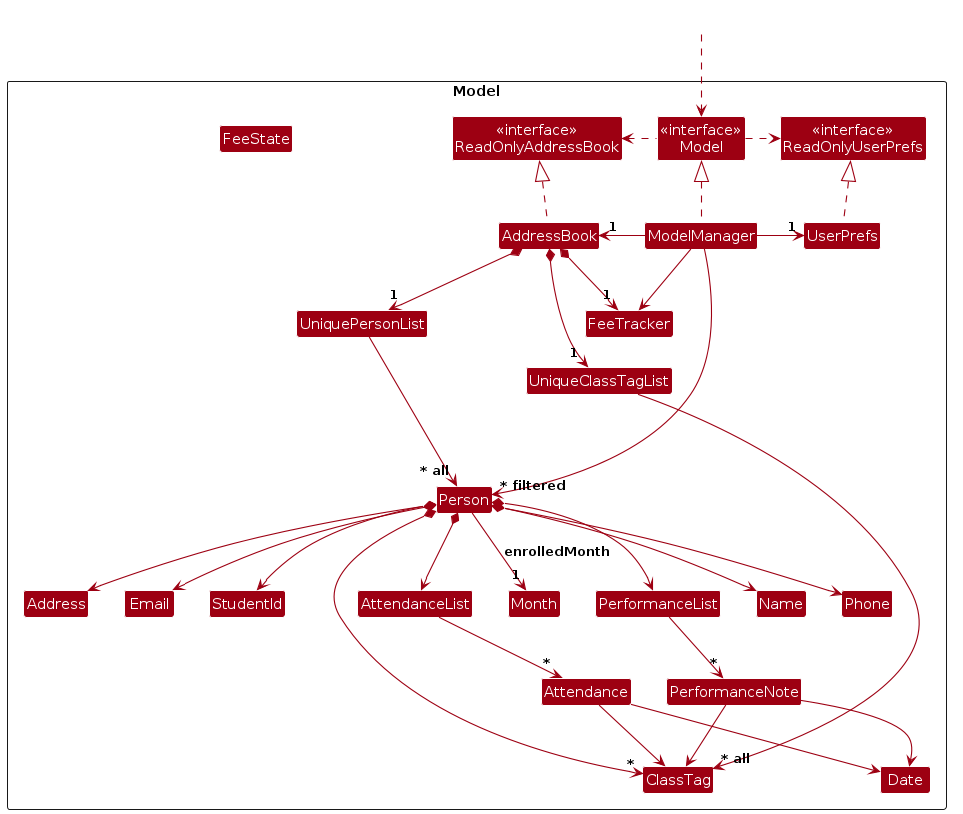
eesyuen09/tp keeps this PlantUML diagram as diagrams/ModelClassDiagram.png. Above is the earlier version. Its source is kept beside it as diagrams/ModelClassDiagram.puml.
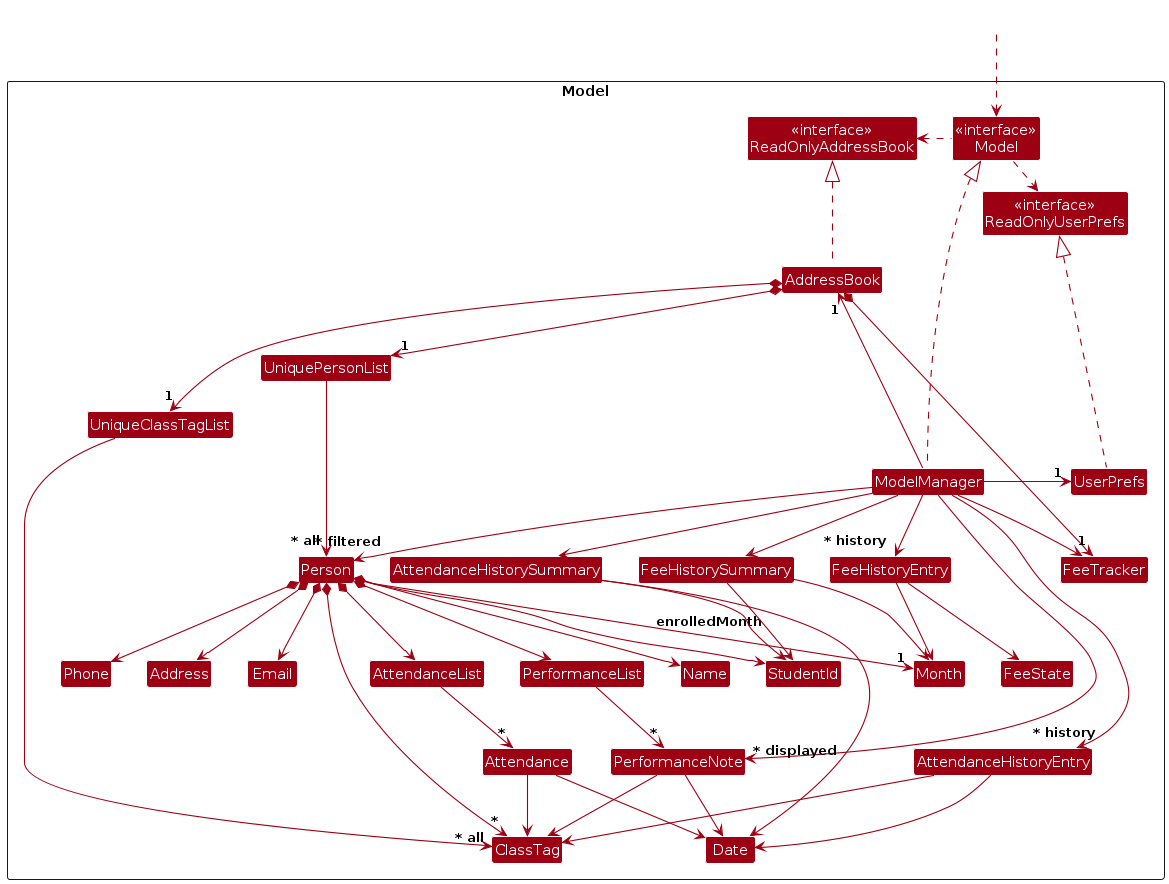
After the commit.

Diff of the diagram source:
```diff
@@ -23,9 +23,13 @@
 Class ClassTag
 Class AttendanceList
 Class Attendance
+Class AttendanceHistoryEntry
+Class AttendanceHistorySummary
 Class Date
 Class FeeTracker
 Class FeeState
+Class FeeHistoryEntry
+Class FeeHistorySummary
 Class Month
 Class PerformanceList
 Class PerformanceNote
@@ -67,10 +71,22 @@
 Attendance --> Date
 Attendance --> ClassTag
 
+AttendanceHistoryEntry --> Date
+AttendanceHistoryEntry --> ClassTag
+
+AttendanceHistorySummary --> StudentId
+AttendanceHistorySummary --> Date
+
 PerformanceList --> "*" PerformanceNote
 
 PerformanceNote --> Date
 PerformanceNote --> ClassTag
+
+FeeHistoryEntry --> Month
+FeeHistoryEntry --> FeeState
+
+FeeHistorySummary --> StudentId
+FeeHistorySummary --> Month
 
 Person -[hidden]up--> I
 UniquePersonList -[hidden]right-> I
@@ -80,4 +96,12 @@
 Address -[hidden]right-> Email
 
 ModelManager --> "~* filtered" Person
+ModelManager --> "~* displayed" PerformanceNote
+ModelManager --> "~* history" FeeHistoryEntry
+ModelManager --> "~* history" AttendanceHistoryEntry
+ModelManager --> FeeHistorySummary
+ModelManager --> AttendanceHistorySummary
+
+AttendanceHistorySummary -[hidden]right-> FeeHistoryEntry
+FeeHistoryEntry -[hidden]right-> FeeHistorySummary
 @enduml
```
